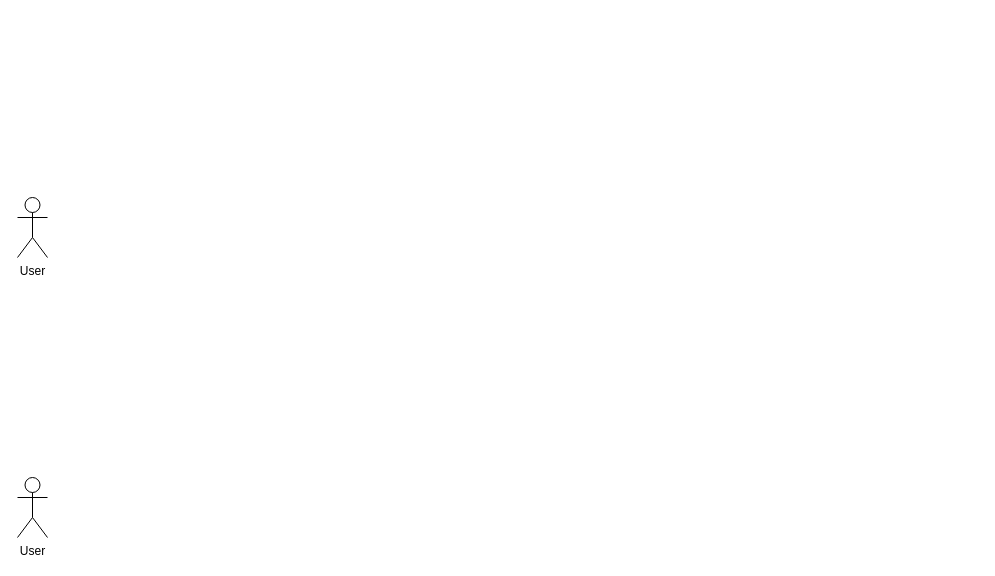
Above: Use Case kel 4.drawio in irwanmaulana42/MathToolsDataScience (draw.io), before the change. Source tidied: cells renumbered, new cells numbered last; positions are measured from the earlier drawing's top-left corner, leaving out a move shared by most shapes. Both pictures are drawn from the tidied source at 100%, with x=0, y=0 at pixel (17, 197).
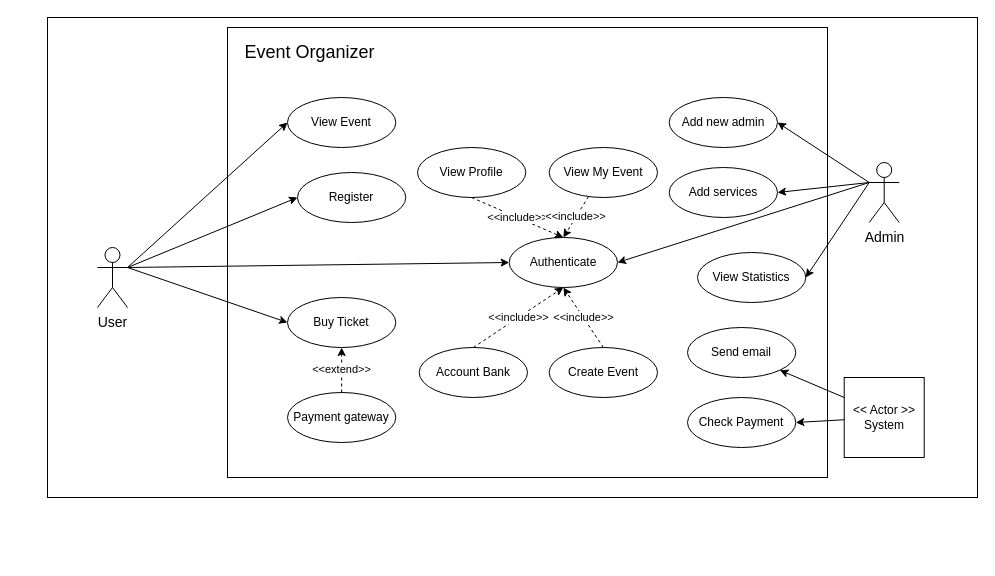
The same page after the edit.

Diff of the diagram source:
```diff
@@
-    <mxCell id="2" value="User" style="shape=umlActor;verticalLabelPosition=bottom;verticalAlign=top;html=1;outlineConnect=0;" parent="1" vertex="1">
-      <mxGeometry width="30" height="60" as="geometry" />
+    <mxCell id="2" value="User" style="shape=umlActor;verticalLabelPosition=bottom;verticalAlign=top;html=1;outlineConnect=0;fontSize=14;" parent="1" vertex="1">
+      <mxGeometry x="80" y="50" width="30" height="60" as="geometry" />
     </mxCell>
-    <mxCell id="3" value="User" style="shape=umlActor;verticalLabelPosition=bottom;verticalAlign=top;html=1;outlineConnect=0;" parent="1" vertex="1">
-      <mxGeometry y="280" width="30" height="60" as="geometry" />
+    <mxCell id="3" value="Admin" style="shape=umlActor;verticalLabelPosition=bottom;verticalAlign=top;html=1;outlineConnect=0;fontSize=14;" parent="1" vertex="1">
+      <mxGeometry x="851.7" y="-35" width="30" height="60" as="geometry" />
     </mxCell>
+    <mxCell id="4" value="Authenticate" style="ellipse;whiteSpace=wrap;html=1;" parent="1" vertex="1">
+      <mxGeometry x="491.7" y="40" width="108.3" height="50" as="geometry" />
+    </mxCell>
+    <mxCell id="5" value="Register" style="ellipse;whiteSpace=wrap;html=1;" parent="1" vertex="1">
+      <mxGeometry x="280" y="-25" width="108.3" height="50" as="geometry" />
+    </mxCell>
+    <mxCell id="6" value="View Event" style="ellipse;whiteSpace=wrap;html=1;" parent="1" vertex="1">
+      <mxGeometry x="270" y="-100" width="108.3" height="50" as="geometry" />
+    </mxCell>
+    <mxCell id="7" value="Buy Ticket" style="ellipse;whiteSpace=wrap;html=1;" parent="1" vertex="1">
+      <mxGeometry x="270" y="100" width="108.3" height="50" as="geometry" />
+    </mxCell>
+    <mxCell id="8" value="Payment gateway" style="ellipse;whiteSpace=wrap;html=1;" parent="1" vertex="1">
+      <mxGeometry x="270" y="195" width="108.3" height="50" as="geometry" />
+    </mxCell>
+    <mxCell id="9" value="Add services" style="ellipse;whiteSpace=wrap;html=1;" parent="1" vertex="1">
+      <mxGeometry x="651.7" y="-30" width="108.3" height="50" as="geometry" />
+    </mxCell>
+    <mxCell id="10" value="View Statistics" style="ellipse;whiteSpace=wrap;html=1;" parent="1" vertex="1">
+      <mxGeometry x="680" y="55" width="108.3" height="50" as="geometry" />
+    </mxCell>
+    <mxCell id="11" value="Add new admin" style="ellipse;whiteSpace=wrap;html=1;" parent="1" vertex="1">
+      <mxGeometry x="651.7" y="-100" width="108.3" height="50" as="geometry" />
+    </mxCell>
+    <mxCell id="12" value="View Profile" style="ellipse;whiteSpace=wrap;html=1;" parent="1" vertex="1">
+      <mxGeometry x="400" y="-50" width="108.3" height="50" as="geometry" />
+    </mxCell>
+    <mxCell id="13" style="endArrow=classic;html=1;rounded=0;entryX=0;entryY=0.5;entryDx=0;entryDy=0;exitX=1;exitY=0.3333333333333333;exitDx=0;exitDy=0;exitPerimeter=0;" parent="1" edge="1" source="2" target="4">
+      <mxGeometry relative="1" as="geometry" />
+    </mxCell>
+    <mxCell id="14" style="endArrow=classic;html=1;rounded=0;entryX=0;entryY=0.5;entryDx=0;entryDy=0;exitX=1;exitY=0.3333333333333333;exitDx=0;exitDy=0;exitPerimeter=0;" parent="1" edge="1" source="2" target="5">
+      <mxGeometry relative="1" as="geometry" />
+    </mxCell>
+    <mxCell id="15" style="endArrow=classic;html=1;rounded=0;entryX=0;entryY=0.5;entryDx=0;entryDy=0;exitX=1;exitY=0.3333333333333333;exitDx=0;exitDy=0;exitPerimeter=0;" parent="1" edge="1" source="2" target="6">
+      <mxGeometry relative="1" as="geometry" />
+    </mxCell>
+    <mxCell id="16" style="endArrow=classic;html=1;rounded=0;entryX=0;entryY=0.5;entryDx=0;entryDy=0;exitX=1;exitY=0.3333333333333333;exitDx=0;exitDy=0;exitPerimeter=0;" parent="1" edge="1" source="2" target="7">
+      <mxGeometry relative="1" as="geometry" />
+    </mxCell>
+    <mxCell id="17" style="endArrow=classic;html=1;rounded=0;entryX=1;entryY=0.5;entryDx=0;entryDy=0;exitX=0;exitY=0.3333333333333333;exitDx=0;exitDy=0;exitPerimeter=0;" parent="1" edge="1" source="3" target="11">
+      <mxGeometry relative="1" as="geometry" />
+    </mxCell>
+    <mxCell id="18" style="endArrow=classic;html=1;rounded=0;entryX=1;entryY=0.5;entryDx=0;entryDy=0;exitX=0;exitY=0.3333333333333333;exitDx=0;exitDy=0;exitPerimeter=0;" parent="1" edge="1" source="3" target="9">
+      <mxGeometry relative="1" as="geometry" />
+    </mxCell>
+    <mxCell id="19" style="endArrow=classic;html=1;rounded=0;entryX=1;entryY=0.5;entryDx=0;entryDy=0;exitX=0;exitY=0.3333333333333333;exitDx=0;exitDy=0;exitPerimeter=0;" parent="1" edge="1" source="3" target="10">
+      <mxGeometry relative="1" as="geometry" />
+    </mxCell>
+    <mxCell id="20" value="&amp;lt;&amp;lt;extend&amp;gt;&amp;gt;" style="endArrow=classic;html=1;rounded=0;entryX=0.5;entryY=1;entryDx=0;entryDy=0;exitX=0.5;exitY=0;exitDx=0;exitDy=0;dashed=1;" parent="1" edge="1" source="8" target="7">
+      <mxGeometry relative="1" as="geometry" />
+    </mxCell>
+    <mxCell id="21" value="Account Bank" style="ellipse;whiteSpace=wrap;html=1;" parent="1" vertex="1">
+      <mxGeometry x="401.7" y="150" width="108.3" height="50" as="geometry" />
+    </mxCell>
+    <mxCell id="22" style="endArrow=classic;html=1;rounded=0;entryX=1;entryY=0.5;entryDx=0;entryDy=0;exitX=0;exitY=0.3333333333333333;exitDx=0;exitDy=0;exitPerimeter=0;" parent="1" edge="1" source="3" target="4">
+      <mxGeometry relative="1" as="geometry" />
+    </mxCell>
+    <mxCell id="23" value="&amp;lt;&amp;lt;include&amp;gt;&amp;gt;" style="endArrow=classic;html=1;rounded=0;dashed=1;entryX=0.5;entryY=0;entryDx=0;entryDy=0;exitX=0.5;exitY=1;exitDx=0;exitDy=0;" parent="1" edge="1" source="12" target="4">
+      <mxGeometry relative="1" as="geometry" />
+    </mxCell>
+    <mxCell id="24" value="&amp;lt;&amp;lt;include&amp;gt;&amp;gt;" style="endArrow=classic;html=1;rounded=0;dashed=1;entryX=0.5;entryY=1;entryDx=0;entryDy=0;exitX=0.5;exitY=0;exitDx=0;exitDy=0;" parent="1" edge="1" source="21" target="4">
+      <mxGeometry relative="1" as="geometry" />
+    </mxCell>
+    <mxCell id="25" value="Create Event" style="ellipse;whiteSpace=wrap;html=1;" parent="1" vertex="1">
+      <mxGeometry x="531.7" y="150" width="108.3" height="50" as="geometry" />
+    </mxCell>
+    <mxCell id="26" value="&amp;lt;&amp;lt;include&amp;gt;&amp;gt;" style="endArrow=classic;html=1;rounded=0;dashed=1;entryX=0.5;entryY=1;entryDx=0;entryDy=0;exitX=0.5;exitY=0;exitDx=0;exitDy=0;" parent="1" edge="1" source="25" target="4">
+      <mxGeometry relative="1" as="geometry" />
+    </mxCell>
+    <mxCell id="27" value="&amp;lt;&amp;lt;include&amp;gt;&amp;gt;" style="jettySize=auto;html=1;entryX=0.5;entryY=0;entryDx=0;entryDy=0;dashed=1;rounded=0;strokeColor=default;" parent="1" edge="1" source="28" target="4">
+      <mxGeometry relative="1" as="geometry" />
+    </mxCell>
+    <mxCell id="28" value="View My Event" style="ellipse;whiteSpace=wrap;html=1;" parent="1" vertex="1">
+      <mxGeometry x="531.7" y="-50" width="108.3" height="50" as="geometry" />
+    </mxCell>
+    <mxCell id="29" style="edgeStyle=none;rounded=0;jettySize=auto;html=1;exitX=0;exitY=0.25;exitDx=0;exitDy=0;entryX=1;entryY=1;entryDx=0;entryDy=0;strokeColor=default;" parent="1" edge="1" source="31" target="32">
+      <mxGeometry relative="1" as="geometry" />
+    </mxCell>
+    <mxCell id="30" style="edgeStyle=none;rounded=0;jettySize=auto;html=1;entryX=1;entryY=0.5;entryDx=0;entryDy=0;strokeColor=default;" parent="1" edge="1" source="31" target="33">
+      <mxGeometry relative="1" as="geometry" />
+    </mxCell>
+    <mxCell id="31" value="&amp;lt;&amp;lt; Actor &amp;gt;&amp;gt;&lt;br&gt;System" style="whiteSpace=wrap;html=1;" parent="1" vertex="1">
+      <mxGeometry x="826.7" y="180" width="80" height="80" as="geometry" />
+    </mxCell>
+    <mxCell id="32" value="Send email" style="ellipse;whiteSpace=wrap;html=1;" parent="1" vertex="1">
+      <mxGeometry x="670" y="130" width="108.3" height="50" as="geometry" />
+    </mxCell>
+    <mxCell id="33" value="Check Payment" style="ellipse;whiteSpace=wrap;html=1;" parent="1" vertex="1">
+      <mxGeometry x="670" y="200" width="108.3" height="50" as="geometry" />
+    </mxCell>
+    <mxCell id="34" style="rounded=0;whiteSpace=wrap;html=1;strokeColor=default;fillColor=none;" parent="1" vertex="1">
+      <mxGeometry x="210" y="-170" width="600" height="450" as="geometry" />
+    </mxCell>
+    <mxCell id="35" value="Event Organizer&amp;nbsp;" style="text;html=1;strokeColor=none;fillColor=none;align=center;verticalAlign=middle;whiteSpace=wrap;rounded=0;fontSize=18;" parent="1" vertex="1">
+      <mxGeometry x="220" y="-160" width="150" height="30" as="geometry" />
+    </mxCell>
+    <mxCell id="36" style="rounded=0;whiteSpace=wrap;html=1;strokeColor=default;fontSize=14;fillColor=none;" parent="1" vertex="1">
+      <mxGeometry x="30" y="-180" width="930" height="480" as="geometry" />
+    </mxCell>
```
